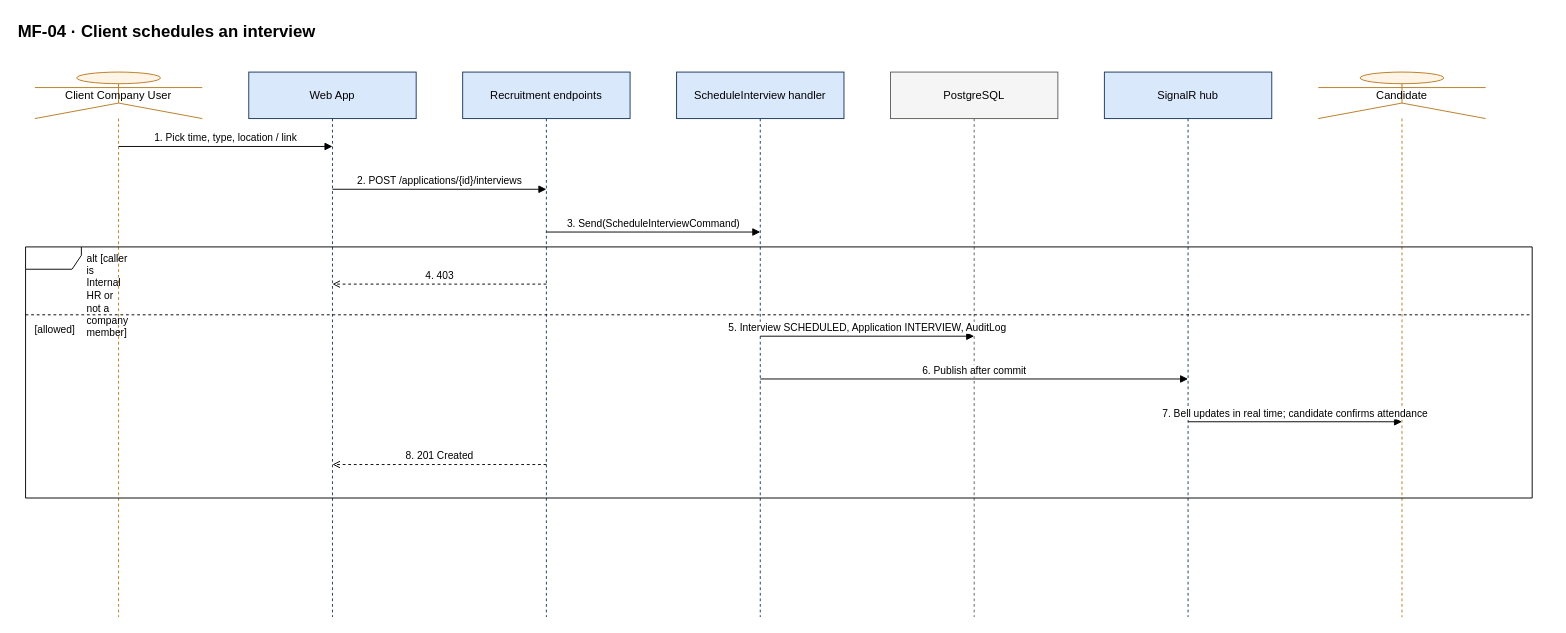
hoangqui794/hr-connect keeps this draw.io diagram as docs/diagrams/sequences/source/seq-mf04-schedule-interview.drawio. Above is the earlier version. Source tidied: cells renumbered, new cells numbered last; positions are measured from the earlier drawing's top-left corner, leaving out a move shared by most shapes. Both pictures are drawn from the tidied source at 93%, with x=0, y=0 at pixel (16, 16).
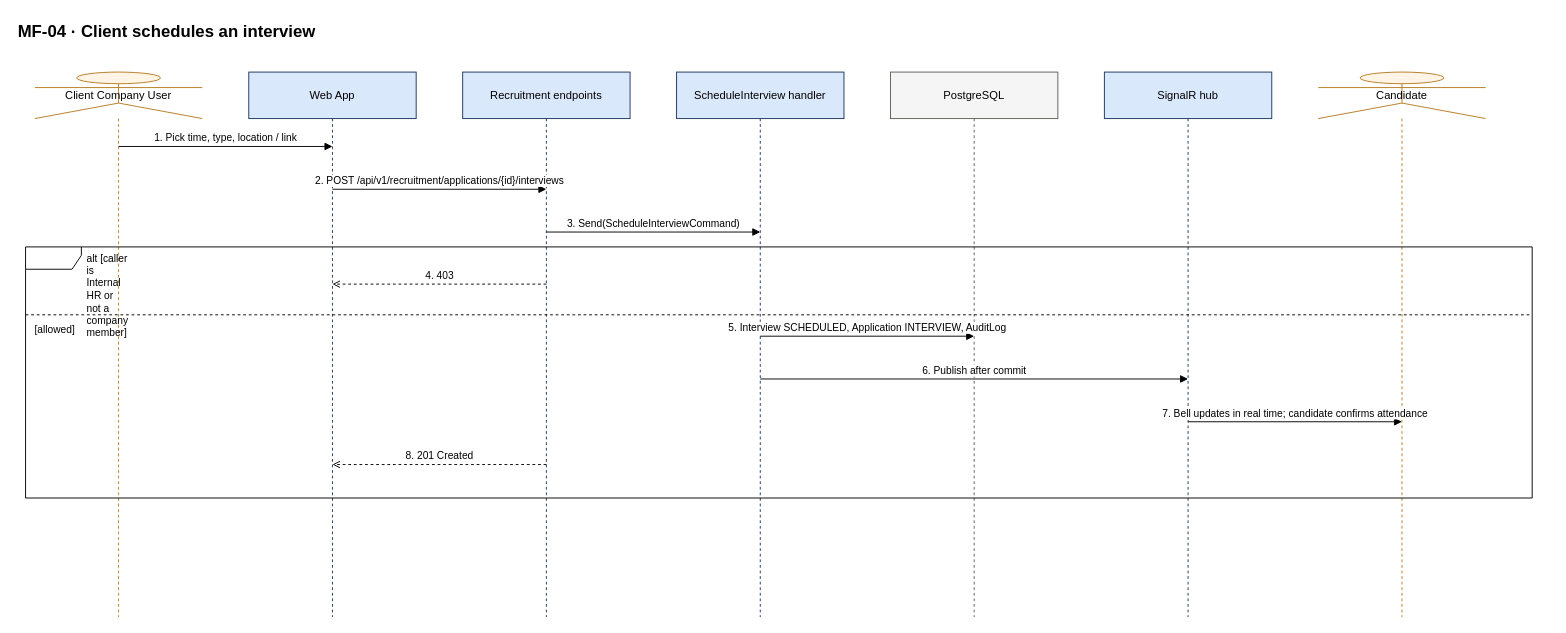
After the change.

Diff of the diagram source:
```diff
@@
-    <mxCell id="11" value="2. POST /applications/{id}/interviews" style="html=1;verticalAlign=bottom;endArrow=block;endFill=1;fontSize=11;labelBackgroundColor=#FFFFFF;" parent="1" edge="1">
+    <mxCell id="11" value="2. POST /api/v1/recruitment/applications/{id}/interviews" style="html=1;verticalAlign=bottom;endArrow=block;endFill=1;fontSize=11;labelBackgroundColor=#FFFFFF;" parent="1" edge="1">
       <mxGeometry relative="1" as="geometry">
         <mxPoint x="340" y="186" as="sourcePoint" />
         <mxPoint x="570" y="186" as="targetPoint" />
       </mxGeometry>
     </mxCell>
```
